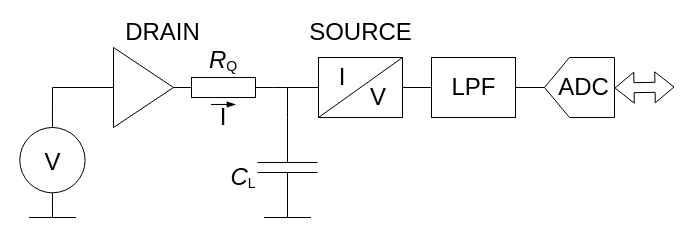
This is LaTeX Source Files/Untitled Diagram.drawio from OJB-Quantum/QC-Hardware-How-To, a draw.io file, before an edit. Source tidied: cells renumbered, new cells numbered last; positions are measured from the earlier drawing's top-left corner, leaving out a move shared by most shapes. Both pictures are drawn from the tidied source at 100%, with x=0, y=0 at pixel (17, 17).
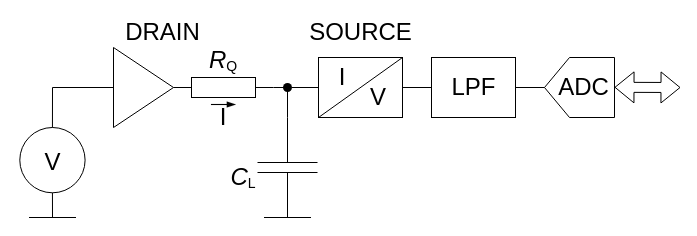
Above is the later version.

Unchanged cells that the change refers to:
```xml
<mxCell id="12" style="rounded=0;whiteSpace=wrap;html=1;shadow=0;" parent="1" vertex="1">
  <mxGeometry x="301" y="40" width="84" height="60" as="geometry" />
</mxCell>
```

Change to the diagram source:
```diff
@@
-    <mxCell id="13" style="endArrow=none;html=1;rounded=0;exitX=0;exitY=0.5;exitDx=0;exitDy=0;shadow=0;" parent="1" edge="1" source="12">
+    <mxCell id="13" style="endArrow=none;html=1;rounded=0;exitX=0;exitY=0.5;exitDx=0;exitDy=0;shadow=0;" parent="1" edge="1" source="32">
       <mxGeometry relative="1" as="geometry">
         <mxPoint x="270" y="70" as="targetPoint" />
       </mxGeometry>
     </mxCell>
@@
     <mxCell id="23" style="shape=flexArrow;endArrow=classic;startArrow=classic;html=1;rounded=0;shadow=0;" parent="1" edge="1">
       <mxGeometry relative="1" as="geometry">
-        <mxPoint x="597" y="70.5" as="sourcePoint" />
-        <mxPoint x="657" y="69.5" as="targetPoint" />
+        <mxPoint x="597" y="69.8" as="sourcePoint" />
+        <mxPoint x="663" y="70" as="targetPoint" />
       </mxGeometry>
     </mxCell>
@@
+    <mxCell id="31" style="endArrow=none;html=1;rounded=0;exitX=0;exitY=0.5;exitDx=0;exitDy=0;shadow=0;" parent="1" edge="1" source="12" target="32">
+      <mxGeometry relative="1" as="geometry" />
+    </mxCell>
+    <mxCell id="32" style="shape=ellipse;fillColor=#000000;strokeColor=none;html=1;sketch=0;" parent="1" vertex="1">
+      <mxGeometry x="265.5" y="65.5" width="9" height="9" as="geometry" />
+    </mxCell>
```
